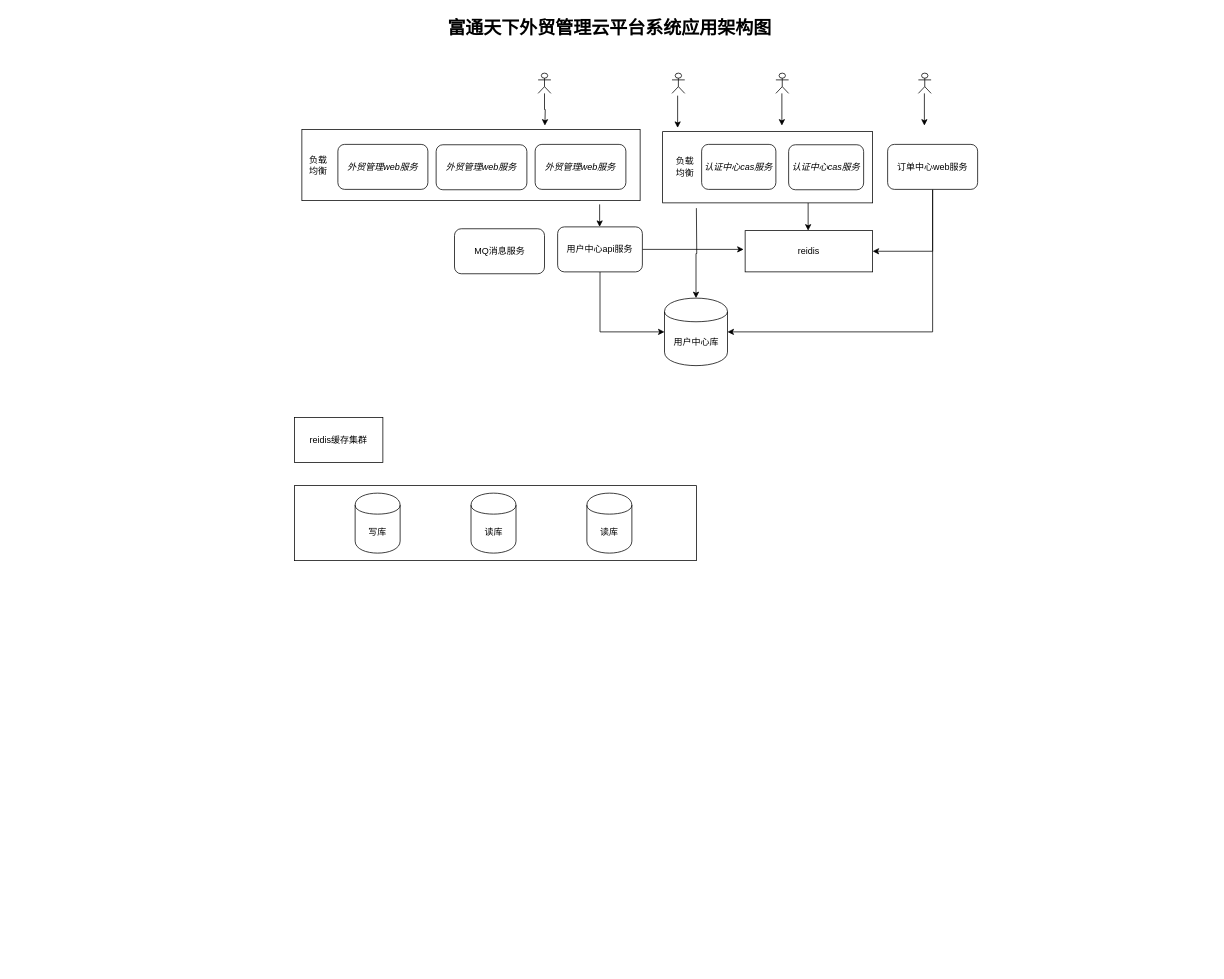
This is 富通天下外贸管理云平台系统应用架构图.drawio from hibryanx/PrimeFactors, a draw.io file, before an edit. Source tidied: cells renumbered, new cells numbered last; positions are measured from the earlier drawing's top-left corner, leaving out a move shared by most shapes. Both pictures are drawn from the tidied source at 75%, with x=0, y=0 at pixel (13, 13).
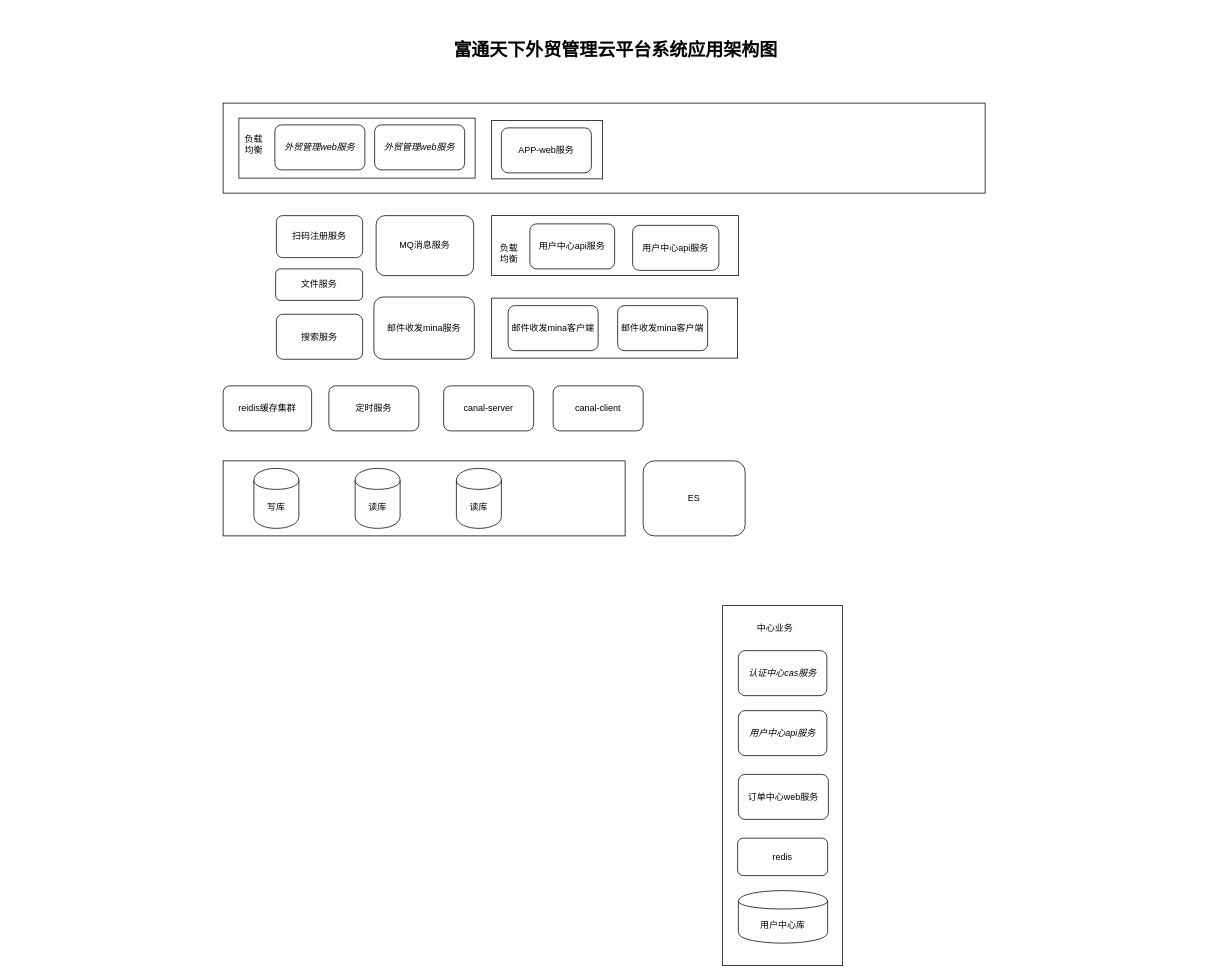
Above is the later version.

Commit message:
更新富通天下外贸管理云平台系统应用架构图.drawio

The edit, as a diff of the source:
```diff
@@
     <mxCell id="2" value="富通天下外贸管理云平台系统应用架构图" style="text;strokeColor=none;fillColor=none;html=1;fontSize=24;fontStyle=1;verticalAlign=middle;align=center;" parent="1" vertex="1">
-      <mxGeometry width="1590" height="40" as="geometry" />
+      <mxGeometry x="7.5" y="30" width="1590" height="40" as="geometry" />
     </mxCell>
-    <mxCell id="3" style="edgeStyle=orthogonalEdgeStyle;rounded=0;jettySize=auto;html=1;" parent="1" edge="1" source="4">
-      <mxGeometry relative="1" as="geometry">
-        <mxPoint x="709" y="150" as="targetPoint" />
-      </mxGeometry>
-    </mxCell>
-    <mxCell id="4" style="shape=umlActor;verticalLabelPosition=bottom;labelBackgroundColor=#ffffff;verticalAlign=top;html=1;outlineConnect=0;" parent="1" vertex="1">
-      <mxGeometry x="700" y="80" width="17" height="27" as="geometry" />
-    </mxCell>
-    <mxCell id="5" style="edgeStyle=orthogonalEdgeStyle;rounded=0;orthogonalLoop=1;jettySize=auto;html=1;exitX=0.75;exitY=1;exitDx=0;exitDy=0;" parent="1" edge="1">
-      <mxGeometry relative="1" as="geometry">
-        <mxPoint x="782" y="255" as="sourcePoint" />
-        <mxPoint x="782" y="285" as="targetPoint" />
-      </mxGeometry>
-    </mxCell>
-    <mxCell id="6" style="rounded=0;whiteSpace=wrap;html=1;" parent="1" vertex="1">
-      <mxGeometry x="385" y="155" width="451" height="95" as="geometry" />
-    </mxCell>
-    <mxCell id="7" value="外贸管理web服务" style="rounded=1;whiteSpace=wrap;html=1;fontStyle=2;" parent="1" vertex="1">
-      <mxGeometry x="433" y="175" width="120" height="60" as="geometry" />
-    </mxCell>
-    <mxCell id="8" value="外贸管理web服务" style="rounded=1;whiteSpace=wrap;html=1;fontStyle=2;" parent="1" vertex="1">
-      <mxGeometry x="564" y="175.5" width="121" height="60" as="geometry" />
-    </mxCell>
-    <mxCell id="9" value="外贸管理web服务" style="rounded=1;whiteSpace=wrap;html=1;fontStyle=2;" parent="1" vertex="1">
-      <mxGeometry x="696" y="175" width="121" height="60" as="geometry" />
-    </mxCell>
-    <mxCell id="10" value="负载均衡" style="text;html=1;strokeColor=none;fillColor=none;align=center;verticalAlign=middle;whiteSpace=wrap;rounded=0;" parent="1" vertex="1">
-      <mxGeometry x="391.5" y="165" width="30" height="75" as="geometry" />
-    </mxCell>
-    <mxCell id="11" style="edgeStyle=orthogonalEdgeStyle;rounded=0;orthogonalLoop=1;jettySize=auto;html=1;exitX=0.75;exitY=1;exitDx=0;exitDy=0;entryX=0.588;entryY=0;entryDx=0;entryDy=0;entryPerimeter=0;" parent="1" edge="1">
-      <mxGeometry relative="1" as="geometry">
-        <mxPoint x="1060" y="253" as="sourcePoint" />
-        <mxPoint x="1060" y="290" as="targetPoint" />
-      </mxGeometry>
-    </mxCell>
-    <mxCell id="12" style="edgeStyle=orthogonalEdgeStyle;rounded=0;jettySize=auto;html=1;" parent="1" edge="1" target="26">
-      <mxGeometry relative="1" as="geometry">
-        <mxPoint x="911" y="260" as="sourcePoint" />
-      </mxGeometry>
-    </mxCell>
-    <mxCell id="13" style="rounded=0;whiteSpace=wrap;html=1;" parent="1" vertex="1">
-      <mxGeometry x="866" y="158" width="280" height="95" as="geometry" />
-    </mxCell>
-    <mxCell id="14" value="认证中心cas服务" style="rounded=1;whiteSpace=wrap;html=1;fontStyle=2;" parent="1" vertex="1">
-      <mxGeometry x="918" y="175" width="99" height="60" as="geometry" />
-    </mxCell>
-    <mxCell id="15" value="认证中心cas服务" style="rounded=1;whiteSpace=wrap;html=1;fontStyle=2;" parent="1" vertex="1">
-      <mxGeometry x="1034" y="175.5" width="100" height="60" as="geometry" />
-    </mxCell>
-    <mxCell id="16" value="负载均衡" style="text;html=1;strokeColor=none;fillColor=none;align=center;verticalAlign=middle;whiteSpace=wrap;rounded=0;" parent="1" vertex="1">
-      <mxGeometry x="880.5" y="167.5" width="30" height="75" as="geometry" />
-    </mxCell>
-    <mxCell id="17" style="shape=umlActor;verticalLabelPosition=bottom;labelBackgroundColor=#ffffff;verticalAlign=top;html=1;" parent="1" vertex="1">
-      <mxGeometry x="878.5" y="80" width="17" height="27" as="geometry" />
-    </mxCell>
-    <mxCell id="18" style="shape=umlActor;verticalLabelPosition=bottom;labelBackgroundColor=#ffffff;verticalAlign=top;html=1;" parent="1" vertex="1">
-      <mxGeometry x="1017" y="80" width="17" height="27" as="geometry" />
-    </mxCell>
-    <mxCell id="19" style="edgeStyle=orthogonalEdgeStyle;rounded=0;orthogonalLoop=1;jettySize=auto;html=1;" parent="1" edge="1">
-      <mxGeometry relative="1" as="geometry">
-        <mxPoint x="886" y="110" as="sourcePoint" />
-        <mxPoint x="886" y="153" as="targetPoint" />
-      </mxGeometry>
-    </mxCell>
-    <mxCell id="20" style="edgeStyle=orthogonalEdgeStyle;rounded=0;orthogonalLoop=1;jettySize=auto;html=1;" parent="1" edge="1">
-      <mxGeometry relative="1" as="geometry">
-        <mxPoint x="1025" y="107" as="sourcePoint" />
-        <mxPoint x="1025" y="150" as="targetPoint" />
-      </mxGeometry>
-    </mxCell>
     <mxCell id="21" style="rounded=0;whiteSpace=wrap;html=1;" parent="1" vertex="1">
-      <mxGeometry x="375" y="630" width="536" height="100" as="geometry" />
+      <mxGeometry x="280" y="597" width="536" height="100" as="geometry" />
     </mxCell>
     <mxCell id="22" value="写库" style="shape=cylinder;whiteSpace=wrap;html=1;boundedLbl=1;backgroundOutline=1;" parent="1" vertex="1">
-      <mxGeometry x="456" y="640" width="60" height="80" as="geometry" />
+      <mxGeometry x="321" y="607" width="60" height="80" as="geometry" />
     </mxCell>
     <mxCell id="23" value="读库" style="shape=cylinder;whiteSpace=wrap;html=1;boundedLbl=1;backgroundOutline=1;" parent="1" vertex="1">
-      <mxGeometry x="610.5" y="640" width="60" height="80" as="geometry" />
+      <mxGeometry x="456" y="607" width="60" height="80" as="geometry" />
     </mxCell>
     <mxCell id="24" value="读库" style="shape=cylinder;whiteSpace=wrap;html=1;boundedLbl=1;backgroundOutline=1;" parent="1" vertex="1">
-      <mxGeometry x="765" y="640" width="60" height="80" as="geometry" />
+      <mxGeometry x="591" y="607" width="60" height="80" as="geometry" />
     </mxCell>
-    <mxCell id="25" value="reidis缓存集群" style="rounded=0;whiteSpace=wrap;html=1;" parent="1" vertex="1">
-      <mxGeometry x="375" y="539" width="118" height="60" as="geometry" />
+    <mxCell id="25" value="reidis缓存集群" style="rounded=1;whiteSpace=wrap;html=1;" parent="1" vertex="1">
+      <mxGeometry x="280" y="497" width="118" height="60" as="geometry" />
     </mxCell>
+    <mxCell id="36" value="MQ消息服务" style="rounded=1;whiteSpace=wrap;html=1;" parent="1" vertex="1">
+      <mxGeometry x="484" y="270" width="130" height="80" as="geometry" />
+    </mxCell>
+    <mxCell id="37" style="rounded=0;whiteSpace=wrap;html=1;" parent="1" vertex="1">
+      <mxGeometry x="280" y="120" width="1016" height="120" as="geometry" />
+    </mxCell>
+    <mxCell id="38" style="rounded=0;whiteSpace=wrap;html=1;" parent="1" vertex="1">
+      <mxGeometry x="301" y="140" width="315" height="80" as="geometry" />
+    </mxCell>
+    <mxCell id="39" value="负载均衡" style="text;html=1;strokeColor=none;fillColor=none;align=center;verticalAlign=middle;whiteSpace=wrap;rounded=0;" parent="1" vertex="1">
+      <mxGeometry x="306" y="137.5" width="30" height="75" as="geometry" />
+    </mxCell>
+    <mxCell id="40" value="外贸管理web服务" style="rounded=1;whiteSpace=wrap;html=1;fontStyle=2;" parent="1" vertex="1">
+      <mxGeometry x="349" y="149" width="120" height="60" as="geometry" />
+    </mxCell>
+    <mxCell id="41" value="外贸管理web服务" style="rounded=1;whiteSpace=wrap;html=1;fontStyle=2;" parent="1" vertex="1">
+      <mxGeometry x="482" y="149" width="120" height="60" as="geometry" />
+    </mxCell>
+    <mxCell id="42" style="rounded=0;whiteSpace=wrap;html=1;" parent="1" vertex="1">
+      <mxGeometry x="638" y="270" width="329" height="80" as="geometry" />
+    </mxCell>
+    <mxCell id="43" value="canal-server" style="rounded=1;whiteSpace=wrap;html=1;" parent="1" vertex="1">
+      <mxGeometry x="574" y="497" width="120" height="60" as="geometry" />
+    </mxCell>
+    <mxCell id="44" value="canal-client" style="rounded=1;whiteSpace=wrap;html=1;" parent="1" vertex="1">
+      <mxGeometry x="720" y="497" width="120" height="60" as="geometry" />
+    </mxCell>
+    <mxCell id="45" value="ES" style="rounded=1;whiteSpace=wrap;html=1;" parent="1" vertex="1">
+      <mxGeometry x="840" y="597" width="136" height="100" as="geometry" />
+    </mxCell>
+    <mxCell id="46" value="用户中心api服务" style="rounded=1;whiteSpace=wrap;html=1;" parent="1" vertex="1">
+      <mxGeometry x="826" y="283" width="115" height="60" as="geometry" />
+    </mxCell>
+    <mxCell id="47" value="用户中心api服务" style="rounded=1;whiteSpace=wrap;html=1;" parent="1" vertex="1">
+      <mxGeometry x="689" y="281" width="113" height="60" as="geometry" />
+    </mxCell>
+    <mxCell id="48" value="负载均衡" style="text;html=1;strokeColor=none;fillColor=none;align=center;verticalAlign=middle;whiteSpace=wrap;rounded=0;" parent="1" vertex="1">
+      <mxGeometry x="647" y="285" width="29" height="70" as="geometry" />
+    </mxCell>
+    <mxCell id="49" value="&lt;span&gt;邮件收发mina服务&lt;/span&gt;" style="rounded=1;whiteSpace=wrap;html=1;" parent="1" vertex="1">
+      <mxGeometry x="481" y="378.5" width="134" height="83" as="geometry" />
+    </mxCell>
+    <mxCell id="50" value="搜索服务" style="rounded=1;whiteSpace=wrap;html=1;" parent="1" vertex="1">
+      <mxGeometry x="351" y="401.5" width="115" height="60" as="geometry" />
+    </mxCell>
+    <mxCell id="51" value="文件服务" style="rounded=1;whiteSpace=wrap;html=1;" parent="1" vertex="1">
+      <mxGeometry x="350" y="341" width="116" height="42" as="geometry" />
+    </mxCell>
+    <mxCell id="52" value="扫码注册服务" style="rounded=1;whiteSpace=wrap;html=1;" parent="1" vertex="1">
+      <mxGeometry x="351" y="270" width="115" height="56" as="geometry" />
+    </mxCell>
+    <mxCell id="53" value="定时服务" style="rounded=1;whiteSpace=wrap;html=1;" parent="1" vertex="1">
+      <mxGeometry x="421" y="497" width="120" height="60" as="geometry" />
+    </mxCell>
+    <mxCell id="54" style="rounded=0;whiteSpace=wrap;html=1;" parent="1" vertex="1">
+      <mxGeometry x="638" y="143" width="148" height="78" as="geometry" />
+    </mxCell>
+    <mxCell id="55" value="APP-web服务" style="rounded=1;whiteSpace=wrap;html=1;" parent="1" vertex="1">
+      <mxGeometry x="651" y="153" width="120" height="60" as="geometry" />
+    </mxCell>
+    <mxCell id="56" style="rounded=0;whiteSpace=wrap;html=1;strokeWidth=1;" parent="1" vertex="1">
+      <mxGeometry x="638" y="380" width="328" height="80" as="geometry" />
+    </mxCell>
+    <mxCell id="57" value="&lt;span&gt;邮件收发mina客户端&lt;/span&gt;" style="rounded=1;whiteSpace=wrap;html=1;" parent="1" vertex="1">
+      <mxGeometry x="660" y="390" width="120" height="60" as="geometry" />
+    </mxCell>
+    <mxCell id="58" value="&lt;span&gt;邮件收发mina客户端&lt;/span&gt;" style="rounded=1;whiteSpace=wrap;html=1;" parent="1" vertex="1">
+      <mxGeometry x="806" y="390" width="120" height="60" as="geometry" />
+    </mxCell>
+    <mxCell id="59" style="rounded=0;whiteSpace=wrap;html=1;strokeWidth=1;" parent="1" vertex="1">
+      <mxGeometry x="946" y="790" width="160" height="480" as="geometry" />
+    </mxCell>
+    <mxCell id="60" value="中心业务" style="text;html=1;strokeColor=none;fillColor=none;align=center;verticalAlign=middle;whiteSpace=wrap;rounded=0;" parent="1" vertex="1">
+      <mxGeometry x="946" y="810" width="140" height="20" as="geometry" />
+    </mxCell>
+    <mxCell id="61" value="&lt;span&gt;用户中心api服务&lt;/span&gt;" style="rounded=1;whiteSpace=wrap;html=1;fontStyle=2;" parent="1" vertex="1">
+      <mxGeometry x="967" y="930" width="118" height="60" as="geometry" />
+    </mxCell>
+    <mxCell id="62" value="认证中心cas服务" style="rounded=1;whiteSpace=wrap;html=1;fontStyle=2;" parent="1" vertex="1">
+      <mxGeometry x="967" y="850" width="118" height="60" as="geometry" />
+    </mxCell>
+    <mxCell id="29" value="订单中心web服务" style="rounded=1;whiteSpace=wrap;html=1;" parent="1" vertex="1">
+      <mxGeometry x="967" y="1015" width="120" height="60" as="geometry" />
+    </mxCell>
+    <mxCell id="63" value="redis" style="rounded=1;whiteSpace=wrap;html=1;" parent="1" vertex="1">
+      <mxGeometry x="966" y="1100" width="120" height="50" as="geometry" />
+    </mxCell>
-    <mxCell id="26" value="用户中心库" style="shape=cylinder;whiteSpace=wrap;html=1;boundedLbl=1;backgroundOutline=1;" parent="1" vertex="1">
-      <mxGeometry x="868.5" y="380" width="84" height="90" as="geometry" />
+    <mxCell id="26" value="用户中心库" style="shape=cylinder;whiteSpace=wrap;html=1;boundedLbl=1;backgroundOutline=1;rounded=1;strokeWidth=1;" parent="1" vertex="1">
+      <mxGeometry x="967" y="1170" width="119" height="70" as="geometry" />
     </mxCell>
-    <mxCell id="27" style="edgeStyle=orthogonalEdgeStyle;rounded=0;jettySize=auto;html=1;exitX=0.5;exitY=1;exitDx=0;exitDy=0;entryX=1;entryY=0.5;entryDx=0;entryDy=0;" parent="1" edge="1" source="29" target="33">
-      <mxGeometry relative="1" as="geometry" />
-    </mxCell>
-    <mxCell id="28" style="edgeStyle=orthogonalEdgeStyle;rounded=0;jettySize=auto;html=1;exitX=0.5;exitY=1;exitDx=0;exitDy=0;entryX=1;entryY=0.5;entryDx=0;entryDy=0;" parent="1" edge="1" source="29" target="26">
-      <mxGeometry relative="1" as="geometry" />
-    </mxCell>
-    <mxCell id="29" value="订单中心web服务" style="rounded=1;whiteSpace=wrap;html=1;" parent="1" vertex="1">
-      <mxGeometry x="1166" y="175" width="120" height="60" as="geometry" />
-    </mxCell>
-    <mxCell id="30" style="edgeStyle=orthogonalEdgeStyle;rounded=0;jettySize=auto;html=1;exitX=1;exitY=0.5;exitDx=0;exitDy=0;" parent="1" edge="1" source="32">
-      <mxGeometry relative="1" as="geometry">
-        <mxPoint x="974" y="315" as="targetPoint" />
-      </mxGeometry>
-    </mxCell>
-    <mxCell id="31" style="edgeStyle=orthogonalEdgeStyle;rounded=0;jettySize=auto;html=1;exitX=0.5;exitY=1;exitDx=0;exitDy=0;entryX=0;entryY=0.5;entryDx=0;entryDy=0;" parent="1" edge="1" source="32" target="26">
-      <mxGeometry relative="1" as="geometry" />
-    </mxCell>
-    <mxCell id="32" value="用户中心api服务" style="rounded=1;whiteSpace=wrap;html=1;" parent="1" vertex="1">
-      <mxGeometry x="726" y="285" width="113" height="60" as="geometry" />
-    </mxCell>
-    <mxCell id="33" value="reidis" style="rounded=0;whiteSpace=wrap;html=1;" parent="1" vertex="1">
-      <mxGeometry x="976" y="290" width="170" height="55" as="geometry" />
-    </mxCell>
-    <mxCell id="34" style="shape=umlActor;verticalLabelPosition=bottom;labelBackgroundColor=#ffffff;verticalAlign=top;html=1;" parent="1" vertex="1">
-      <mxGeometry x="1207" y="80" width="17" height="27" as="geometry" />
-    </mxCell>
-    <mxCell id="35" style="edgeStyle=orthogonalEdgeStyle;rounded=0;orthogonalLoop=1;jettySize=auto;html=1;" parent="1" edge="1">
-      <mxGeometry relative="1" as="geometry">
-        <mxPoint x="1215" y="107" as="sourcePoint" />
-        <mxPoint x="1215" y="150" as="targetPoint" />
-      </mxGeometry>
-    </mxCell>
-    <mxCell id="36" value="MQ消息服务" style="rounded=1;whiteSpace=wrap;html=1;" parent="1" vertex="1">
-      <mxGeometry x="588.5" y="287.5" width="120" height="60" as="geometry" />
-    </mxCell>
```
